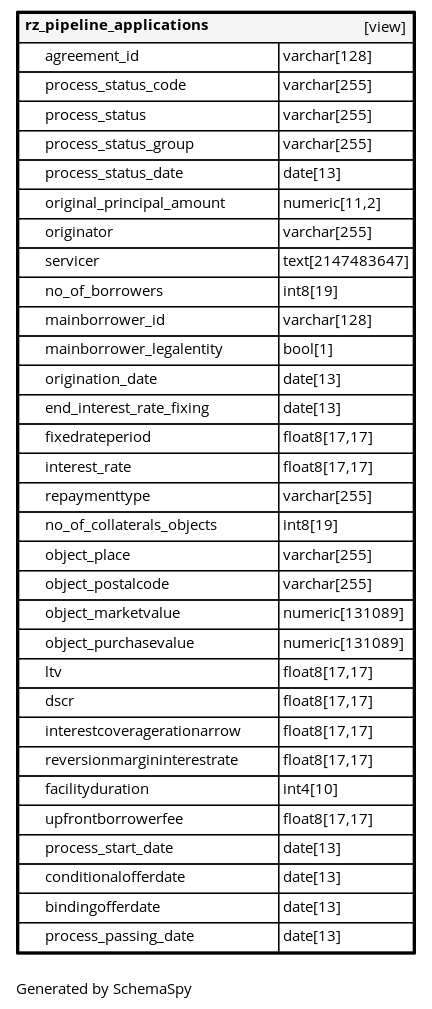
Above: db_standardzone_version01/diagrams/tables/rz_pipeline_applications.1degree.png in fyndoo/fyndoo.github.io (Graphviz), before the change. Its source is kept beside it as db_standardzone_version01/diagrams/tables/rz_pipeline_applications.1degree.dot.
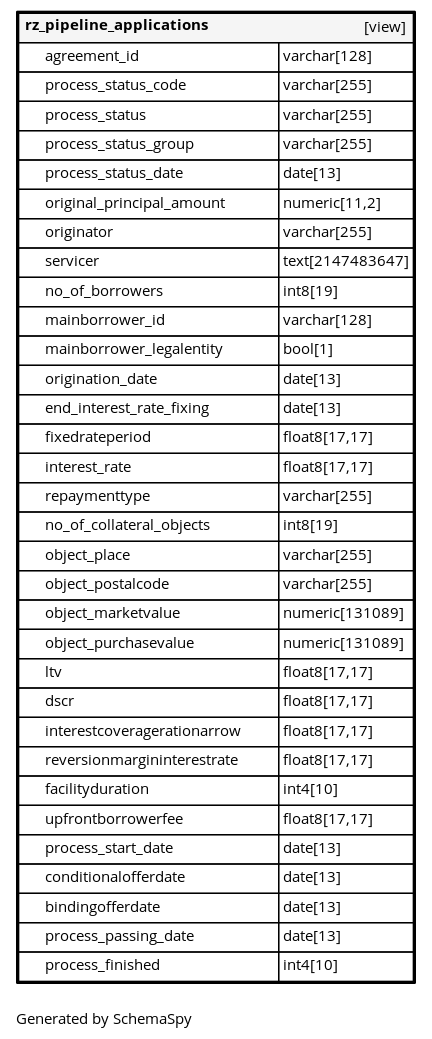
After the change.

Change to the diagram source:
```diff
@@ -38,7 +38,7 @@
       <TR><TD PORT="fixedrateperiod" COLSPAN="2" ALIGN="LEFT"><TABLE BORDER="0" CELLSPACING="0" ALIGN="LEFT"><TR ALIGN="LEFT"><TD ALIGN="LEFT" FIXEDSIZE="TRUE" WIDTH="15" HEIGHT="16"></TD><TD ALIGN="LEFT" FIXEDSIZE="TRUE" WIDTH="174" HEIGHT="16">fixedrateperiod</TD></TR></TABLE></TD><TD PORT="fixedrateperiod.type" ALIGN="LEFT">float8[17,17]</TD></TR>
       <TR><TD PORT="interest_rate" COLSPAN="2" ALIGN="LEFT"><TABLE BORDER="0" CELLSPACING="0" ALIGN="LEFT"><TR ALIGN="LEFT"><TD ALIGN="LEFT" FIXEDSIZE="TRUE" WIDTH="15" HEIGHT="16"></TD><TD ALIGN="LEFT" FIXEDSIZE="TRUE" WIDTH="174" HEIGHT="16">interest_rate</TD></TR></TABLE></TD><TD PORT="interest_rate.type" ALIGN="LEFT">float8[17,17]</TD></TR>
       <TR><TD PORT="repaymenttype" COLSPAN="2" ALIGN="LEFT"><TABLE BORDER="0" CELLSPACING="0" ALIGN="LEFT"><TR ALIGN="LEFT"><TD ALIGN="LEFT" FIXEDSIZE="TRUE" WIDTH="15" HEIGHT="16"></TD><TD ALIGN="LEFT" FIXEDSIZE="TRUE" WIDTH="174" HEIGHT="16">repaymenttype</TD></TR></TABLE></TD><TD PORT="repaymenttype.type" ALIGN="LEFT">varchar[255]</TD></TR>
-      <TR><TD PORT="no_of_collaterals_objects" COLSPAN="2" ALIGN="LEFT"><TABLE BORDER="0" CELLSPACING="0" ALIGN="LEFT"><TR ALIGN="LEFT"><TD ALIGN="LEFT" FIXEDSIZE="TRUE" WIDTH="15" HEIGHT="16"></TD><TD ALIGN="LEFT" FIXEDSIZE="TRUE" WIDTH="174" HEIGHT="16">no_of_collaterals_objects</TD></TR></TABLE></TD><TD PORT="no_of_collaterals_objects.type" ALIGN="LEFT">int8[19]</TD></TR>
+      <TR><TD PORT="no_of_collateral_objects" COLSPAN="2" ALIGN="LEFT"><TABLE BORDER="0" CELLSPACING="0" ALIGN="LEFT"><TR ALIGN="LEFT"><TD ALIGN="LEFT" FIXEDSIZE="TRUE" WIDTH="15" HEIGHT="16"></TD><TD ALIGN="LEFT" FIXEDSIZE="TRUE" WIDTH="174" HEIGHT="16">no_of_collateral_objects</TD></TR></TABLE></TD><TD PORT="no_of_collateral_objects.type" ALIGN="LEFT">int8[19]</TD></TR>
       <TR><TD PORT="object_place" COLSPAN="2" ALIGN="LEFT"><TABLE BORDER="0" CELLSPACING="0" ALIGN="LEFT"><TR ALIGN="LEFT"><TD ALIGN="LEFT" FIXEDSIZE="TRUE" WIDTH="15" HEIGHT="16"></TD><TD ALIGN="LEFT" FIXEDSIZE="TRUE" WIDTH="174" HEIGHT="16">object_place</TD></TR></TABLE></TD><TD PORT="object_place.type" ALIGN="LEFT">varchar[255]</TD></TR>
       <TR><TD PORT="object_postalcode" COLSPAN="2" ALIGN="LEFT"><TABLE BORDER="0" CELLSPACING="0" ALIGN="LEFT"><TR ALIGN="LEFT"><TD ALIGN="LEFT" FIXEDSIZE="TRUE" WIDTH="15" HEIGHT="16"></TD><TD ALIGN="LEFT" FIXEDSIZE="TRUE" WIDTH="174" HEIGHT="16">object_postalcode</TD></TR></TABLE></TD><TD PORT="object_postalcode.type" ALIGN="LEFT">varchar[255]</TD></TR>
       <TR><TD PORT="object_marketvalue" COLSPAN="2" ALIGN="LEFT"><TABLE BORDER="0" CELLSPACING="0" ALIGN="LEFT"><TR ALIGN="LEFT"><TD ALIGN="LEFT" FIXEDSIZE="TRUE" WIDTH="15" HEIGHT="16"></TD><TD ALIGN="LEFT" FIXEDSIZE="TRUE" WIDTH="174" HEIGHT="16">object_marketvalue</TD></TR></TABLE></TD><TD PORT="object_marketvalue.type" ALIGN="LEFT">numeric[131089]</TD></TR>
@@ -53,6 +53,7 @@
       <TR><TD PORT="conditionalofferdate" COLSPAN="2" ALIGN="LEFT"><TABLE BORDER="0" CELLSPACING="0" ALIGN="LEFT"><TR ALIGN="LEFT"><TD ALIGN="LEFT" FIXEDSIZE="TRUE" WIDTH="15" HEIGHT="16"></TD><TD ALIGN="LEFT" FIXEDSIZE="TRUE" WIDTH="174" HEIGHT="16">conditionalofferdate</TD></TR></TABLE></TD><TD PORT="conditionalofferdate.type" ALIGN="LEFT">date[13]</TD></TR>
       <TR><TD PORT="bindingofferdate" COLSPAN="2" ALIGN="LEFT"><TABLE BORDER="0" CELLSPACING="0" ALIGN="LEFT"><TR ALIGN="LEFT"><TD ALIGN="LEFT" FIXEDSIZE="TRUE" WIDTH="15" HEIGHT="16"></TD><TD ALIGN="LEFT" FIXEDSIZE="TRUE" WIDTH="174" HEIGHT="16">bindingofferdate</TD></TR></TABLE></TD><TD PORT="bindingofferdate.type" ALIGN="LEFT">date[13]</TD></TR>
       <TR><TD PORT="process_passing_date" COLSPAN="2" ALIGN="LEFT"><TABLE BORDER="0" CELLSPACING="0" ALIGN="LEFT"><TR ALIGN="LEFT"><TD ALIGN="LEFT" FIXEDSIZE="TRUE" WIDTH="15" HEIGHT="16"></TD><TD ALIGN="LEFT" FIXEDSIZE="TRUE" WIDTH="174" HEIGHT="16">process_passing_date</TD></TR></TABLE></TD><TD PORT="process_passing_date.type" ALIGN="LEFT">date[13]</TD></TR>
+      <TR><TD PORT="process_finished" COLSPAN="2" ALIGN="LEFT"><TABLE BORDER="0" CELLSPACING="0" ALIGN="LEFT"><TR ALIGN="LEFT"><TD ALIGN="LEFT" FIXEDSIZE="TRUE" WIDTH="15" HEIGHT="16"></TD><TD ALIGN="LEFT" FIXEDSIZE="TRUE" WIDTH="174" HEIGHT="16">process_finished</TD></TR></TABLE></TD><TD PORT="process_finished.type" ALIGN="LEFT">int4[10]</TD></TR>
     </TABLE>>
     URL="rz_pipeline_applications.html"
     target="_top"
```
